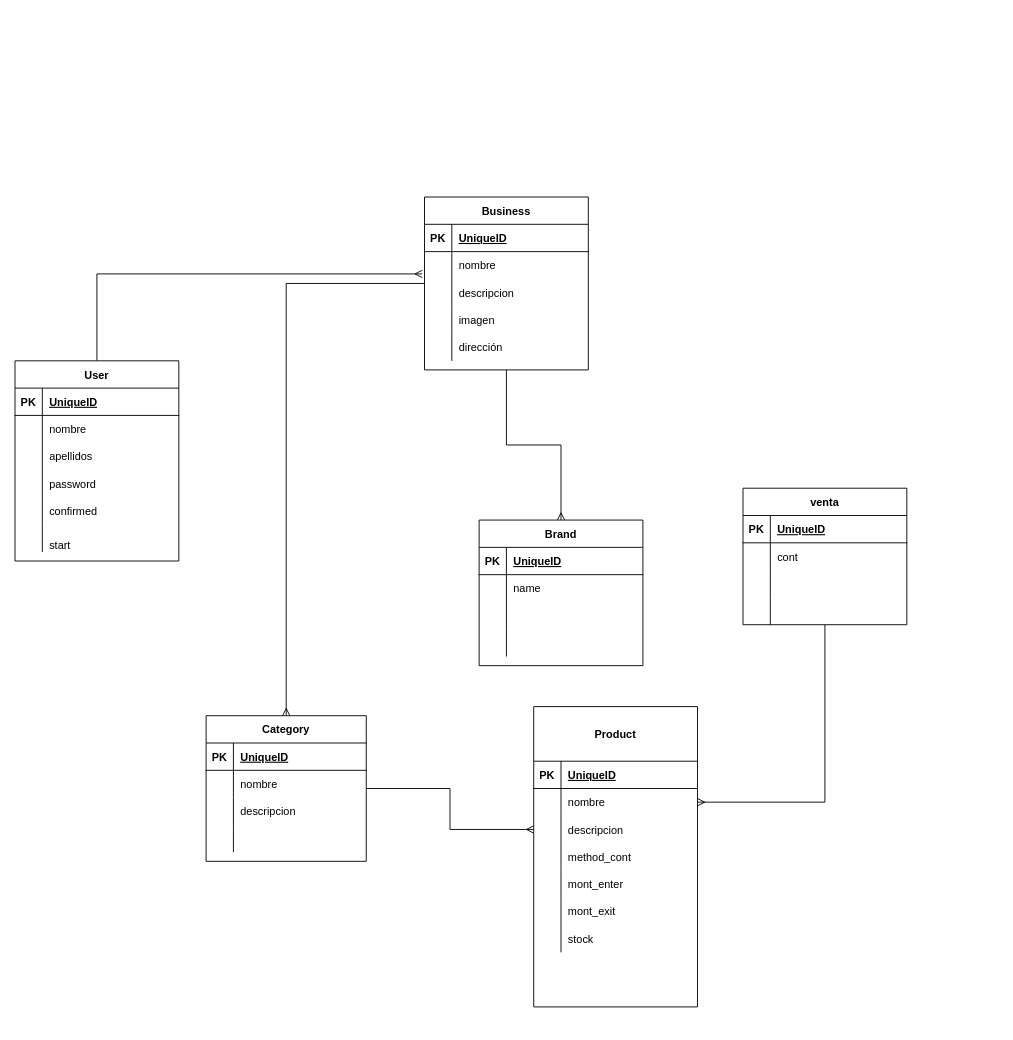
Earlier version of the draw.io diagram page "bd_store_helper" (1 of 2) of resources/bd.drawio (chickenLeobar/storeapp). Source tidied: cells renumbered, new cells numbered last; positions are measured from the earlier drawing's top-left corner, leaving out a move shared by most shapes. Both pictures are drawn from the tidied source at 91%, with x=0, y=0 at pixel (15, 197).
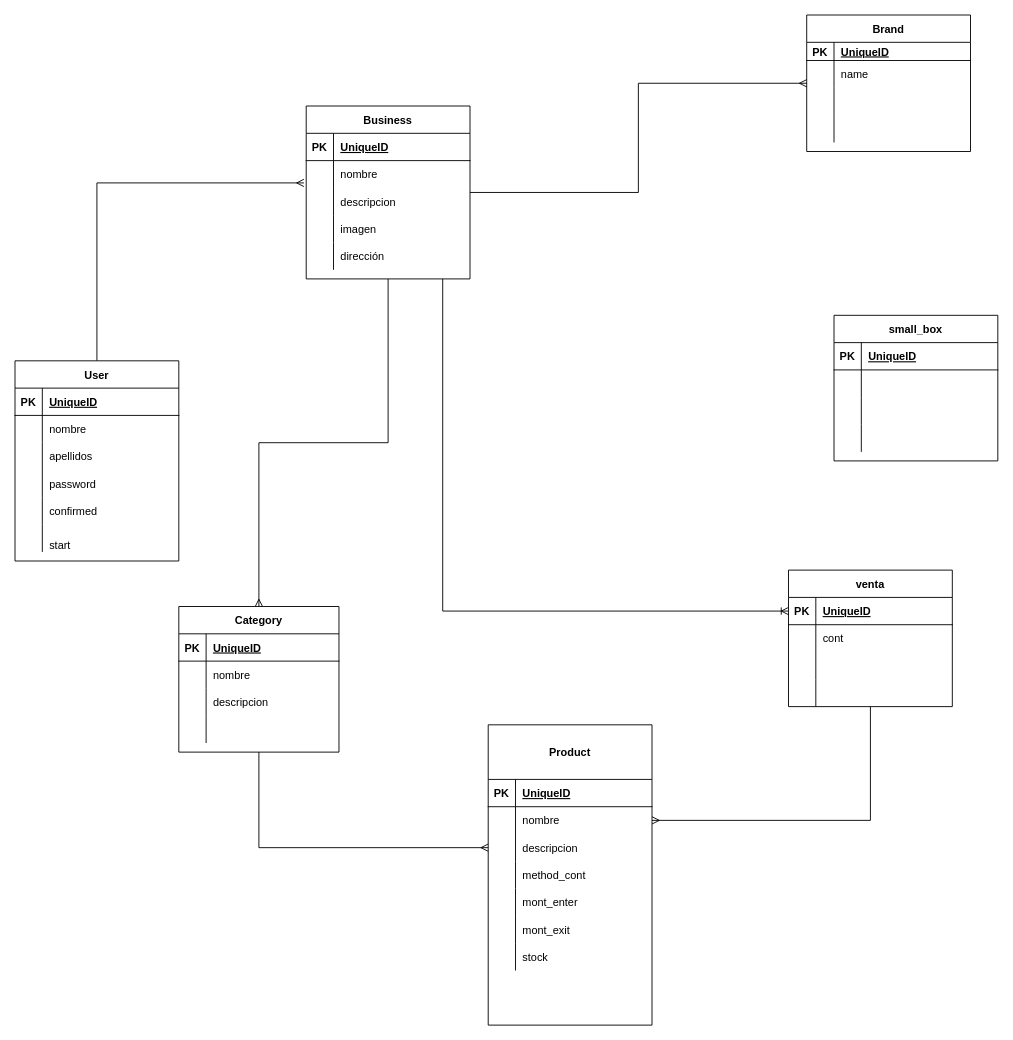
Above is the later version.

Unchanged cells that the change refers to:
```xml
<mxCell id="78" style="shape=partialRectangle;fillColor=none;top=0;left=0;bottom=1;right=0;points=[[0,0.5],[1,0.5]];portConstraint=eastwest;" parent="77" vertex="1">
  <mxGeometry y="30" width="180" height="30" as="geometry" />
</mxCell>
```

What changed in the source:
```diff
@@
+    <mxCell id="103" style="edgeStyle=orthogonalEdgeStyle;rounded=0;jettySize=auto;html=1;endArrow=ERoneToMany;endFill=0;" parent="1" edge="1" source="24" target="78">
+      <mxGeometry relative="1" as="geometry">
+        <Array as="points">
+          <mxPoint x="470" y="455" />
+        </Array>
+      </mxGeometry>
+    </mxCell>
     <mxCell id="24" value="Business" style="shape=table;startSize=30;childLayout=tableLayout;rowLines=0;fontStyle=1;align=center;" parent="1" vertex="1">
-      <mxGeometry x="450" width="180" height="190" as="geometry" />
+      <mxGeometry x="320" y="-100" width="180" height="190" as="geometry" />
     </mxCell>
@@
     <mxCell id="40" value="Product" style="shape=table;startSize=60;childLayout=tableLayout;rowLines=0;fontStyle=1;align=center;" parent="1" vertex="1">
-      <mxGeometry x="570" y="560" width="180" height="330" as="geometry" />
+      <mxGeometry x="520" y="580" width="180" height="330" as="geometry" />
     </mxCell>
@@
     <mxCell id="63" value="Category" style="shape=table;startSize=30;childLayout=tableLayout;rowLines=0;fontStyle=1;align=center;" parent="1" vertex="1">
-      <mxGeometry x="210" y="570" width="176" height="160" as="geometry" />
+      <mxGeometry x="180" y="450" width="176" height="160" as="geometry" />
     </mxCell>
@@
     <mxCell id="77" value="venta" style="shape=table;startSize=30;childLayout=tableLayout;rowLines=0;fontStyle=1;align=center;" parent="1" vertex="1">
-      <mxGeometry x="800" y="320" width="180" height="150" as="geometry" />
+      <mxGeometry x="850" y="410" width="180" height="150" as="geometry" />
     </mxCell>
@@
     <mxCell id="90" value="Brand" style="shape=table;startSize=30;childLayout=tableLayout;rowLines=0;fontStyle=1;align=center;" parent="1" vertex="1">
-      <mxGeometry x="510" y="355" width="180" height="160" as="geometry" />
+      <mxGeometry x="870" y="-200" width="180" height="150" as="geometry" />
     </mxCell>
     <mxCell id="91" style="shape=partialRectangle;fillColor=none;top=0;left=0;bottom=1;right=0;" parent="90" vertex="1">
-      <mxGeometry y="30" width="180" height="30" as="geometry" />
+      <mxGeometry y="30" width="180" height="20" as="geometry" />
     </mxCell>
     <mxCell id="92" value="PK" style="shape=partialRectangle;fillColor=none;top=0;left=0;bottom=0;right=0;fontStyle=1;overflow=hidden;" parent="91" vertex="1">
-      <mxGeometry width="30" height="30" as="geometry" />
+      <mxGeometry width="30" height="20" as="geometry" />
     </mxCell>
     <mxCell id="93" value="UniqueID" style="shape=partialRectangle;fillColor=none;top=0;left=0;bottom=0;right=0;align=left;spacingLeft=6;fontStyle=5;overflow=hidden;" parent="91" vertex="1">
-      <mxGeometry x="30" width="150" height="30" as="geometry" />
+      <mxGeometry x="30" width="150" height="20" as="geometry" />
     </mxCell>
     <mxCell id="94" style="shape=partialRectangle;fillColor=none;top=0;left=0;bottom=0;right=0;" parent="90" vertex="1">
-      <mxGeometry y="60" width="180" height="30" as="geometry" />
+      <mxGeometry y="50" width="180" height="30" as="geometry" />
     </mxCell>
@@
     <mxCell id="97" style="shape=partialRectangle;fillColor=none;top=0;left=0;bottom=0;right=0;" parent="90" vertex="1">
-      <mxGeometry y="90" width="180" height="30" as="geometry" />
+      <mxGeometry y="80" width="180" height="30" as="geometry" />
     </mxCell>
@@
     <mxCell id="100" style="shape=partialRectangle;fillColor=none;top=0;left=0;bottom=0;right=0;" parent="90" vertex="1">
-      <mxGeometry y="120" width="180" height="30" as="geometry" />
+      <mxGeometry y="110" width="180" height="30" as="geometry" />
     </mxCell>
@@
+    <mxCell id="104" value="small_box" style="shape=table;startSize=30;childLayout=tableLayout;rowLines=0;fontStyle=1;align=center;" parent="1" vertex="1">
+      <mxGeometry x="900" y="130" width="180" height="160" as="geometry" />
+    </mxCell>
+    <mxCell id="105" style="shape=partialRectangle;fillColor=none;top=0;left=0;bottom=1;right=0;" parent="104" vertex="1">
+      <mxGeometry y="30" width="180" height="30" as="geometry" />
+    </mxCell>
+    <mxCell id="106" value="PK" style="shape=partialRectangle;fillColor=none;top=0;left=0;bottom=0;right=0;fontStyle=1;overflow=hidden;" parent="105" vertex="1">
+      <mxGeometry width="30" height="30" as="geometry" />
+    </mxCell>
+    <mxCell id="107" value="UniqueID" style="shape=partialRectangle;fillColor=none;top=0;left=0;bottom=0;right=0;align=left;spacingLeft=6;fontStyle=5;overflow=hidden;" parent="105" vertex="1">
+      <mxGeometry x="30" width="150" height="30" as="geometry" />
+    </mxCell>
+    <mxCell id="108" style="shape=partialRectangle;fillColor=none;top=0;left=0;bottom=0;right=0;" parent="104" vertex="1">
+      <mxGeometry y="60" width="180" height="30" as="geometry" />
+    </mxCell>
+    <mxCell id="109" style="shape=partialRectangle;fillColor=none;top=0;left=0;bottom=0;right=0;overflow=hidden;" parent="108" vertex="1">
+      <mxGeometry width="30" height="30" as="geometry" />
+    </mxCell>
+    <mxCell id="110" style="shape=partialRectangle;fillColor=none;top=0;left=0;bottom=0;right=0;align=left;spacingLeft=6;overflow=hidden;" parent="108" vertex="1">
+      <mxGeometry x="30" width="150" height="30" as="geometry" />
+    </mxCell>
+    <mxCell id="111" style="shape=partialRectangle;fillColor=none;top=0;left=0;bottom=0;right=0;" parent="104" vertex="1">
+      <mxGeometry y="90" width="180" height="30" as="geometry" />
+    </mxCell>
+    <mxCell id="112" style="shape=partialRectangle;fillColor=none;top=0;left=0;bottom=0;right=0;overflow=hidden;" parent="111" vertex="1">
+      <mxGeometry width="30" height="30" as="geometry" />
+    </mxCell>
+    <mxCell id="113" style="shape=partialRectangle;fillColor=none;top=0;left=0;bottom=0;right=0;align=left;spacingLeft=6;overflow=hidden;" parent="111" vertex="1">
+      <mxGeometry x="30" width="150" height="30" as="geometry" />
+    </mxCell>
+    <mxCell id="114" style="shape=partialRectangle;fillColor=none;top=0;left=0;bottom=0;right=0;" parent="104" vertex="1">
+      <mxGeometry y="120" width="180" height="30" as="geometry" />
+    </mxCell>
+    <mxCell id="115" style="shape=partialRectangle;fillColor=none;top=0;left=0;bottom=0;right=0;overflow=hidden;" parent="114" vertex="1">
+      <mxGeometry width="30" height="30" as="geometry" />
+    </mxCell>
+    <mxCell id="116" style="shape=partialRectangle;fillColor=none;top=0;left=0;bottom=0;right=0;align=left;spacingLeft=6;overflow=hidden;" parent="114" vertex="1">
+      <mxGeometry x="30" width="150" height="30" as="geometry" />
+    </mxCell>
```
